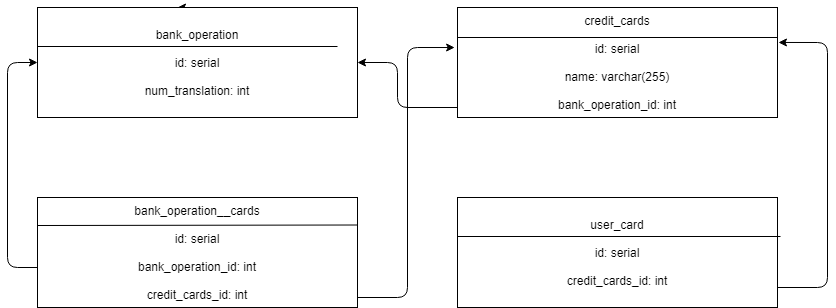
This is Отношения сущностей.png from aressfun/job4j_design, a draw.io export, as it was before one commit. Source tidied: cells renumbered, new cells last; positions are measured from the earlier drawing's top-left corner, leaving out a move shared by most shapes.
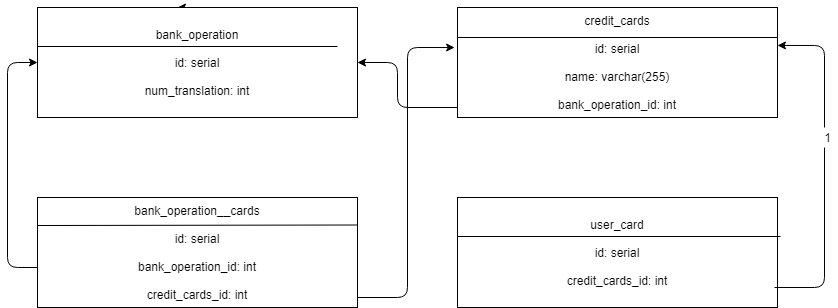
After the commit.

Change to the diagram source:
```diff
@@ -69,14 +69,25 @@
         </Array>
       </mxGeometry>
     </mxCell>
-    <mxCell id="14" style="endArrow=classic;html=1;entryX=1.003;entryY=0.318;entryDx=0;entryDy=0;entryPerimeter=0;" parent="1" edge="1" target="6">
-      <mxGeometry relative="1" as="geometry">
-        <mxPoint x="770" y="280" as="sourcePoint" />
-        <Array as="points">
-          <mxPoint x="820" y="280" />
-          <mxPoint x="820" y="35" />
-        </Array>
-      </mxGeometry>
-    </mxCell>
+    <mxCell id="15" style="endArrow=none;html=1;" parent="1" edge="1">
+      <mxGeometry relative="1" as="geometry">
+        <mxPoint x="767" y="280" as="sourcePoint" />
+        <mxPoint x="817" y="140" as="targetPoint" />
+        <Array as="points">
+          <mxPoint x="817" y="280" />
+        </Array>
+      </mxGeometry>
+    </mxCell>
+    <mxCell id="16" value="1" style="text;html=1;align=center;verticalAlign=middle;strokeColor=none;fillColor=none;" parent="1" vertex="1">
+      <mxGeometry x="810" y="120" width="20" height="20" as="geometry" />
+    </mxCell>
+    <mxCell id="17" style="endArrow=classic;html=1;entryX=1;entryY=0.345;entryDx=0;entryDy=0;entryPerimeter=0;" parent="1" edge="1" target="6">
+      <mxGeometry relative="1" as="geometry">
+        <mxPoint x="817" y="120" as="sourcePoint" />
+        <Array as="points">
+          <mxPoint x="817" y="38" />
+        </Array>
+      </mxGeometry>
+    </mxCell>
   </root>
 </mxGraphModel>
```
